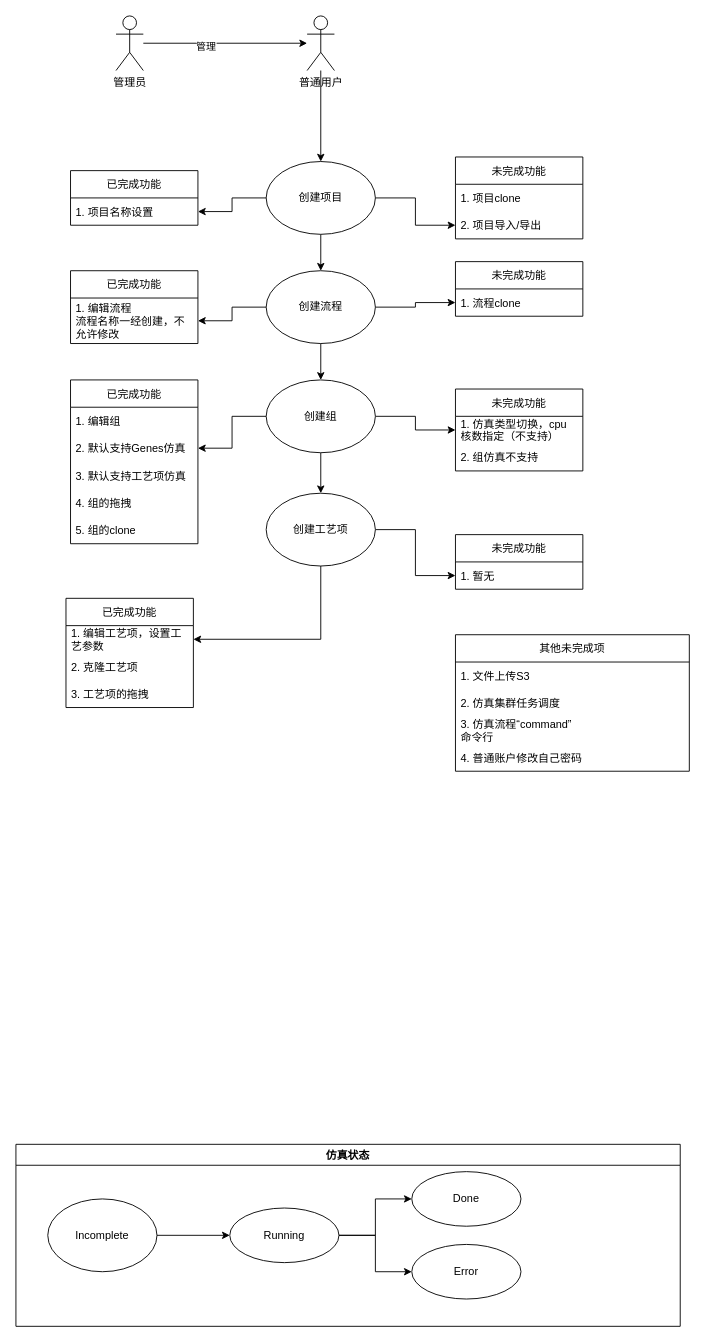
The draw.io diagram doc/Untitled Diagram.drawio in yezhen701/webservice-demo, before the edit. Source tidied: cells renumbered, new cells numbered last; positions are measured from the earlier drawing's top-left corner, leaving out a move shared by most shapes. Both pictures are drawn from the tidied source at 91%, with x=0, y=0 at pixel (15, 15).
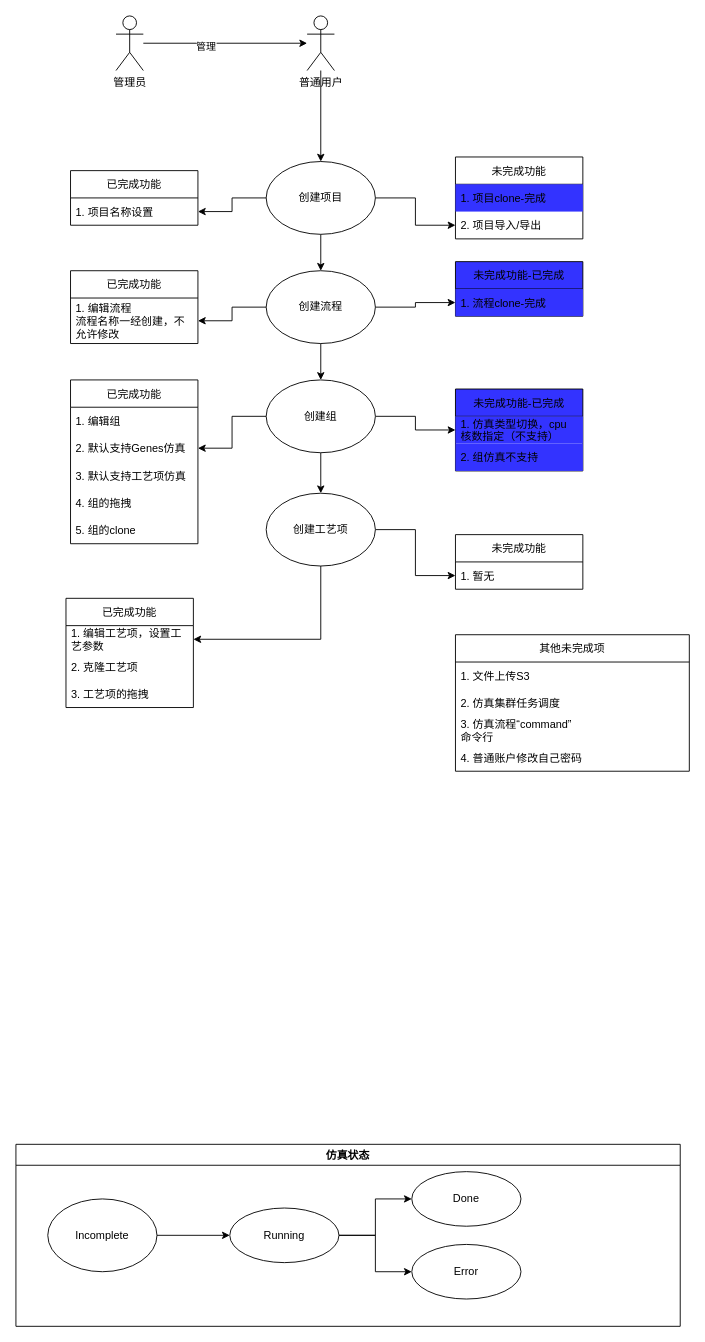
After the change.

Unchanged cells that the change refers to:
```xml
<mxCell id="24" value="未完成功能" style="swimlane;fontStyle=0;horizontal=1;startSize=30;" parent="1" vertex="1">
  <mxGeometry x="483" y="155" width="140" height="90" as="geometry" />
</mxCell>
```

What changed in the source:
```diff
@@
-    <mxCell id="25" value="1. 项目clone" style="text;strokeColor=none;fillColor=none;align=left;verticalAlign=middle;spacingLeft=4;spacingRight=4;overflow=hidden;" parent="24" vertex="1">
+    <mxCell id="25" value="1. 项目clone-完成" style="text;strokeColor=none;fillColor=#3333FF;align=left;verticalAlign=middle;spacingLeft=4;spacingRight=4;overflow=hidden;" parent="24" vertex="1">
       <mxGeometry y="30" width="140" height="30" as="geometry" />
     </mxCell>
@@
-    <mxCell id="29" value="未完成功能" style="swimlane;fontStyle=0;horizontal=1;startSize=30;" parent="1" vertex="1">
+    <mxCell id="29" value="未完成功能-已完成" style="swimlane;fontStyle=0;horizontal=1;startSize=30;fillColor=#3333FF;" parent="1" vertex="1">
       <mxGeometry x="483" y="270" width="140" height="60" as="geometry" />
     </mxCell>
-    <mxCell id="30" value="1. 流程clone" style="text;strokeColor=none;fillColor=none;align=left;verticalAlign=middle;spacingLeft=4;spacingRight=4;overflow=hidden;points=[[0,0.5],[1,0.5]];portConstraint=eastwest;" parent="29" vertex="1">
+    <mxCell id="30" value="1. 流程clone-完成" style="text;strokeColor=none;fillColor=#3333FF;align=left;verticalAlign=middle;spacingLeft=4;spacingRight=4;overflow=hidden;points=[[0,0.5],[1,0.5]];portConstraint=eastwest;" parent="29" vertex="1">
       <mxGeometry y="30" width="140" height="30" as="geometry" />
     </mxCell>
@@
-    <mxCell id="37" value="未完成功能" style="swimlane;fontStyle=0;horizontal=1;startSize=30;" parent="1" vertex="1">
+    <mxCell id="37" value="未完成功能-已完成" style="swimlane;fontStyle=0;horizontal=1;startSize=30;fillColor=#3333FF;" parent="1" vertex="1">
       <mxGeometry x="483" y="410" width="140" height="90" as="geometry" />
     </mxCell>
-    <mxCell id="38" value="1. 仿真类型切换，cpu&#10;核数指定（不支持）" style="text;strokeColor=none;fillColor=none;align=left;verticalAlign=middle;spacingLeft=4;spacingRight=4;overflow=hidden;points=[[0,0.5],[1,0.5]];portConstraint=eastwest;" parent="37" vertex="1">
+    <mxCell id="38" value="1. 仿真类型切换，cpu&#10;核数指定（不支持）" style="text;strokeColor=none;fillColor=#3333FF;align=left;verticalAlign=middle;spacingLeft=4;spacingRight=4;overflow=hidden;points=[[0,0.5],[1,0.5]];portConstraint=eastwest;" parent="37" vertex="1">
       <mxGeometry y="30" width="140" height="30" as="geometry" />
     </mxCell>
-    <mxCell id="39" value="2. 组仿真不支持" style="text;strokeColor=none;fillColor=none;align=left;verticalAlign=middle;spacingLeft=4;spacingRight=4;overflow=hidden;" parent="37" vertex="1">
+    <mxCell id="39" value="2. 组仿真不支持" style="text;strokeColor=none;fillColor=#3333FF;align=left;verticalAlign=middle;spacingLeft=4;spacingRight=4;overflow=hidden;" parent="37" vertex="1">
       <mxGeometry y="60" width="140" height="30" as="geometry" />
     </mxCell>
```
